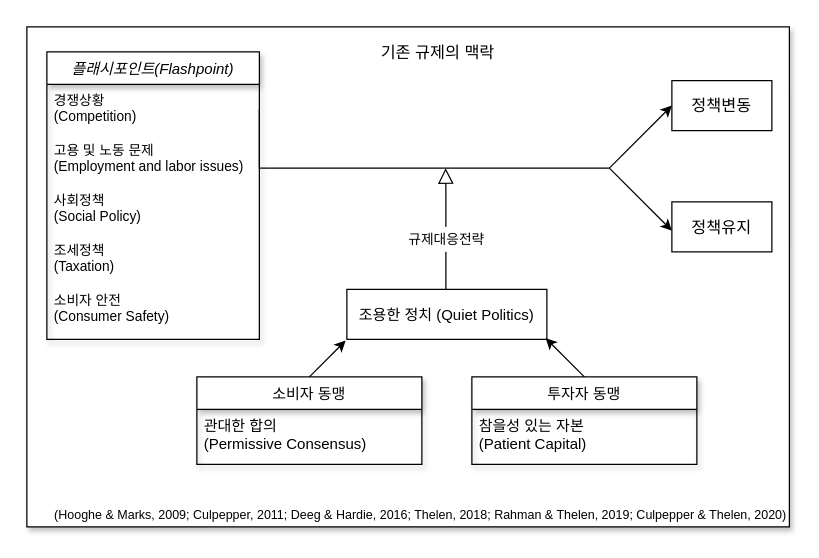
The draw.io diagram Diagram_Class.drawio in kjsang/analysis.coupang, before the edit. Source tidied: cells renumbered, new cells numbered last; positions are measured from the earlier drawing's top-left corner, leaving out a move shared by most shapes. Both pictures are drawn from the tidied source at 125%, with x=0, y=0 at pixel (26, 26).
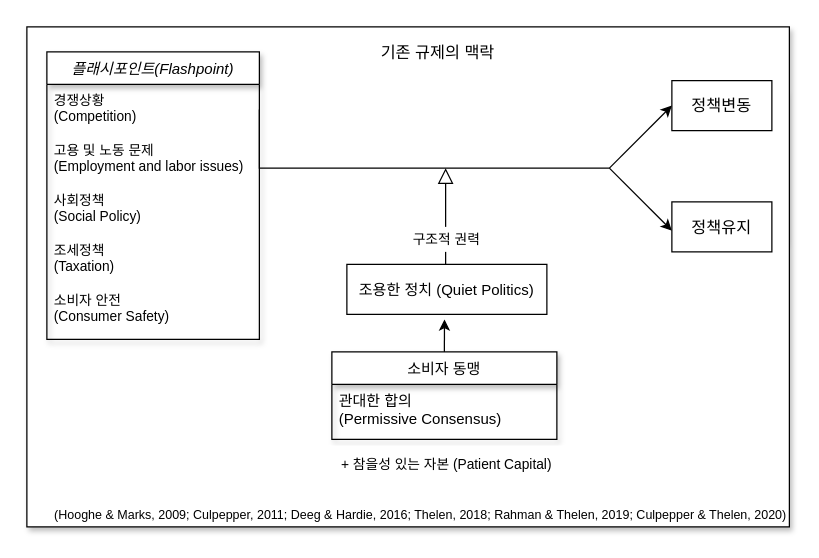
The same page after the edit.

What changed in the source:
```diff
@@
-    <mxCell id="10" value="투자자 동맹" style="swimlane;fontStyle=0;align=center;verticalAlign=top;horizontal=1;startSize=26;rounded=0;shadow=1;strokeWidth=1;" parent="1" vertex="1">
-      <mxGeometry x="356" y="280" width="180" height="70" as="geometry" />
-    </mxCell>
-    <mxCell id="11" value="참을성 있는 자본&#10;(Patient Capital)" style="text;align=left;verticalAlign=top;spacingLeft=4;spacingRight=4;overflow=hidden;" parent="10" vertex="1">
-      <mxGeometry y="26" width="180" height="40" as="geometry" />
-    </mxCell>
-    <mxCell id="12" style="endArrow=block;endSize=10;endFill=0;shadow=0;strokeWidth=1;rounded=0;edgeStyle=elbowEdgeStyle;elbow=vertical;exitX=0.495;exitY=0.025;exitDx=0;exitDy=0;exitPerimeter=0;" parent="1" edge="1" source="19">
+    <mxCell id="12" style="endArrow=block;endSize=10;endFill=0;shadow=0;strokeWidth=1;rounded=0;edgeStyle=elbowEdgeStyle;elbow=vertical;" parent="1" edge="1">
       <mxGeometry relative="1" as="geometry">
+        <mxPoint x="335" y="190" as="sourcePoint" />
         <mxPoint x="335" y="113" as="targetPoint" />
         <Array as="points">
           <mxPoint x="326" y="130" />
           <mxPoint x="336" y="153" />
           <mxPoint x="456" y="183" />
           <mxPoint x="186" y="197" />
         </Array>
       </mxGeometry>
     </mxCell>
@@
-    <mxCell id="15" value="규제대응전략" style="text;html=1;align=center;verticalAlign=middle;whiteSpace=wrap;rounded=0;fontSize=11;fillColor=#ffffff;" parent="1" vertex="1">
+    <mxCell id="15" value="구조적 권력" style="text;html=1;align=center;verticalAlign=middle;whiteSpace=wrap;rounded=0;fontSize=11;fillColor=#ffffff;" parent="1" vertex="1">
       <mxGeometry x="296" y="160" width="80" height="20" as="geometry" />
     </mxCell>
     <mxCell id="16" value="소비자 동맹" style="swimlane;fontStyle=0;align=center;verticalAlign=top;horizontal=1;startSize=26;rounded=0;shadow=1;strokeWidth=1;" parent="1" vertex="1">
-      <mxGeometry x="136" y="280" width="180" height="70" as="geometry" />
+      <mxGeometry x="244" y="260" width="180" height="70" as="geometry" />
     </mxCell>
@@
     <mxCell id="18" style="rounded=0;whiteSpace=wrap;html=1;fontSize=11;fillColor=#ffffff;align=left;verticalAlign=bottom;" parent="1" vertex="1">
-      <mxGeometry x="256" y="210" width="160" height="40" as="geometry" />
+      <mxGeometry x="256" y="190" width="160" height="40" as="geometry" />
     </mxCell>
     <mxCell id="19" value="조용한 정치 (Quiet Politics)" style="text;align=center;verticalAlign=middle;spacingLeft=4;spacingRight=4;overflow=hidden;points=[[0,0.5],[1,0.5]];portConstraint=eastwest;" parent="1" vertex="1">
-      <mxGeometry x="256" y="210" width="160" height="40" as="geometry" />
+      <mxGeometry x="256" y="190" width="160" height="40" as="geometry" />
     </mxCell>
-    <mxCell id="20" style="endArrow=classic;html=1;fontSize=13;" parent="1" edge="1">
-      <mxGeometry relative="1" as="geometry">
-        <mxPoint x="226" y="280" as="sourcePoint" />
-        <mxPoint x="255" y="251" as="targetPoint" />
-      </mxGeometry>
+    <mxCell id="20" style="endArrow=classic;html=1;fontSize=13;exitX=0.5;exitY=0;exitDx=0;exitDy=0;entryX=0.488;entryY=1.1;entryDx=0;entryDy=0;entryPerimeter=0;" parent="1" edge="1" source="16" target="19">
+      <mxGeometry relative="1" as="geometry" />
     </mxCell>
-    <mxCell id="21" style="endArrow=classic;html=1;fontSize=13;" parent="1" edge="1">
-      <mxGeometry relative="1" as="geometry">
-        <mxPoint x="446" y="280" as="sourcePoint" />
-        <mxPoint x="415" y="249" as="targetPoint" />
-      </mxGeometry>
-    </mxCell>
@@
+    <mxCell id="27" value="&lt;font style=&quot;font-size: 11px&quot;&gt;&lt;span style=&quot;text-align: left&quot;&gt;+ 참을성 있는 자본&amp;nbsp;&lt;/span&gt;&lt;span style=&quot;text-align: left&quot;&gt;(Patient Capital)&lt;/span&gt;&lt;/font&gt;" style="rounded=0;whiteSpace=wrap;html=1;strokeColor=none;" parent="1" vertex="1">
+      <mxGeometry x="216" y="335" width="240" height="30" as="geometry" />
+    </mxCell>
```
